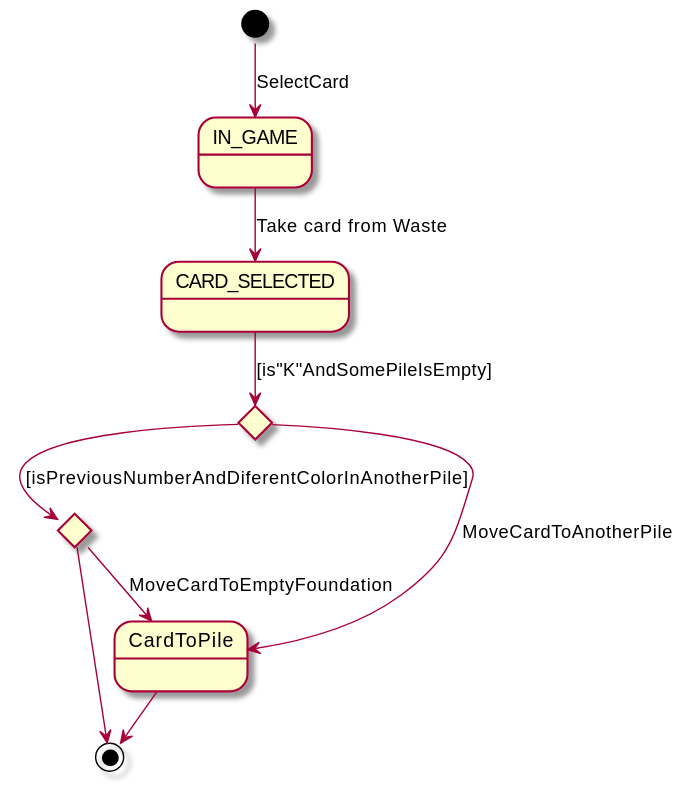
This is out/2 Modelo de vistas de caso de uso/Diagrama de caso de uso - WasteToPileMove/UseCaseWasteToPileMove.svg from AngelOS95P/Maestria_IngSoftware_grupo6, a PlantUML export, as it was before one commit. Its diagram source:
```plantuml
@startuml UseCaseWasteToPileMove
!pragma layout smetana
state IN_GAME
state CARD_SELECTED
state if <<choice>>
state if2 <<choice>>

state CardToPile

[*] --> IN_GAME: SelectCard
IN_GAME --> CARD_SELECTED: Take card from Waste
CARD_SELECTED --> if: [is"K"AndSomePileIsEmpty]
if --> if2:[isPreviousNumberAndDiferentColorInAnotherPile]
if --> CardToPile: MoveCardToAnotherPile
if2 --> CardToPile: MoveCardToEmptyFoundation
if2 --> [*]

CardToPile--> [*]

@enduml
```
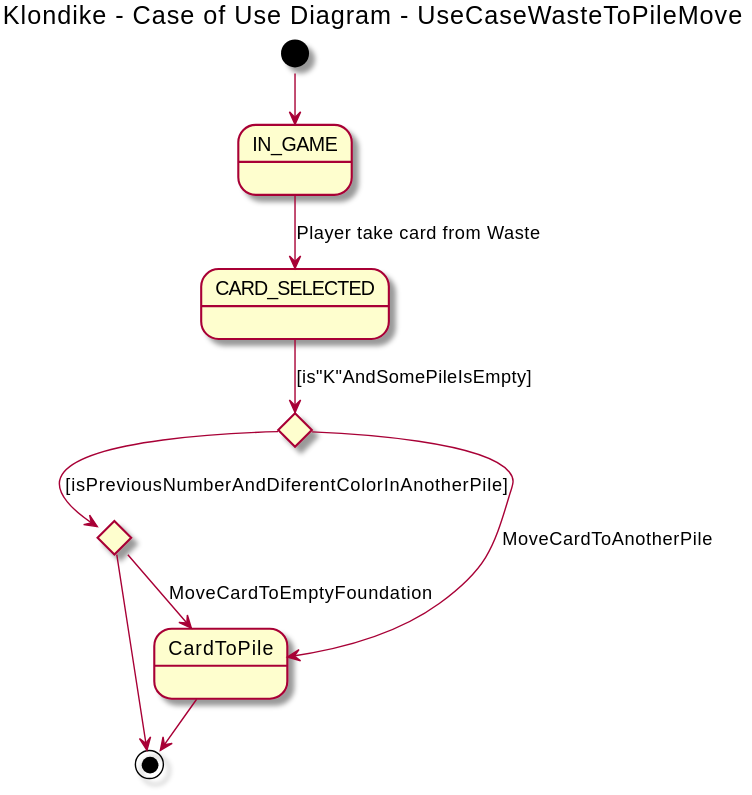
Later version of the same file.

The edit, as a diff of the source:
```diff
@@ -1,5 +1,8 @@
 @startuml UseCaseWasteToPileMove
 !pragma layout smetana
+title Klondike  - Case of Use Diagram - UseCaseWasteToPileMove
+
+
 state IN_GAME
 state CARD_SELECTED
 state if <<choice>>
@@ -7,8 +10,8 @@
 
 state CardToPile
 
-[*] --> IN_GAME: SelectCard
-IN_GAME --> CARD_SELECTED: Take card from Waste
+[*] --> IN_GAME
+IN_GAME --> CARD_SELECTED: Player take card from Waste
 CARD_SELECTED --> if: [is"K"AndSomePileIsEmpty]
 if --> if2:[isPreviousNumberAndDiferentColorInAnotherPile]
 if --> CardToPile: MoveCardToAnotherPile
```
